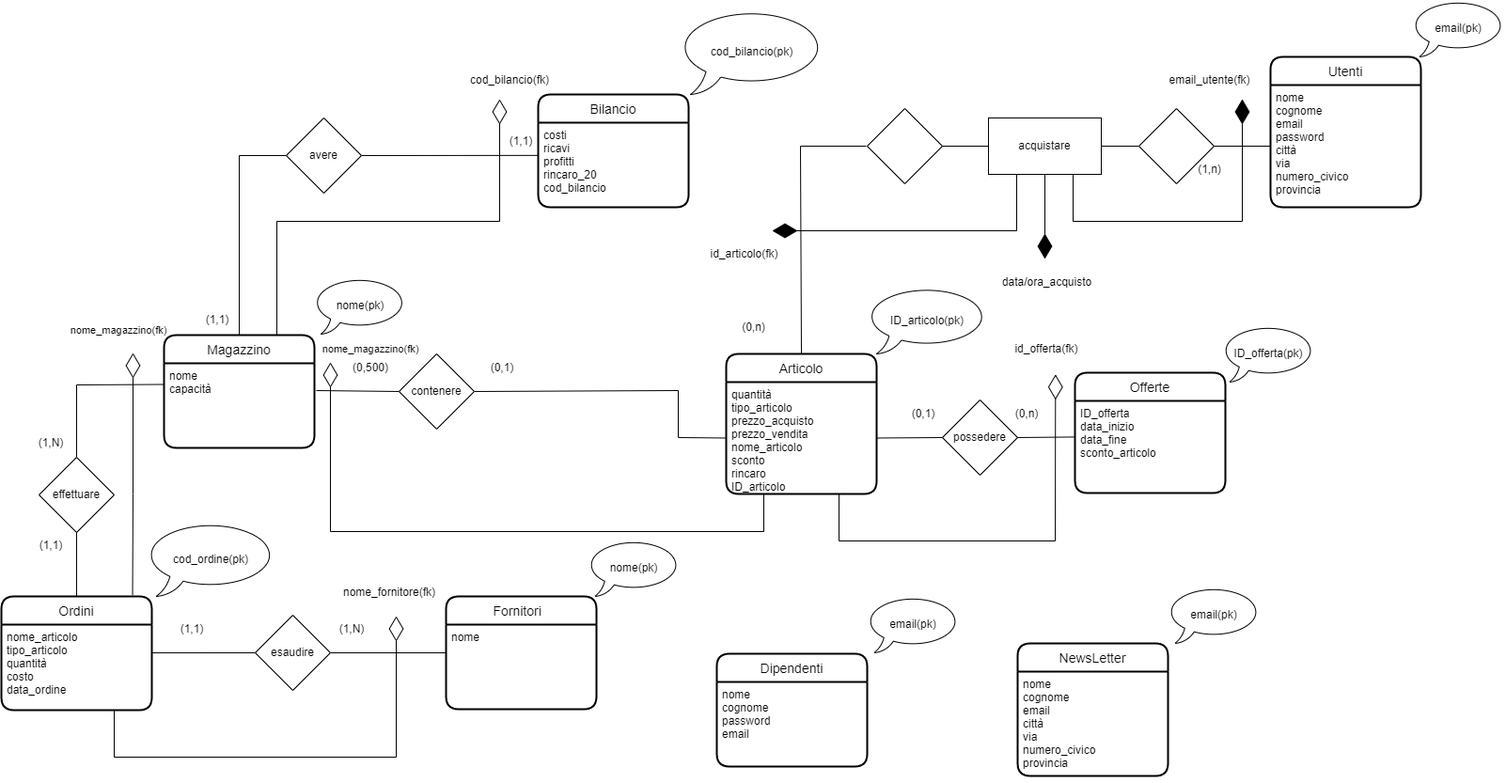
This is PL.png from Bugigio/Negozi-Sportivi, a draw.io export, as it was before one commit. Source tidied: cells renumbered, new cells last; positions are measured from the earlier drawing's top-left corner, leaving out a move shared by most shapes.
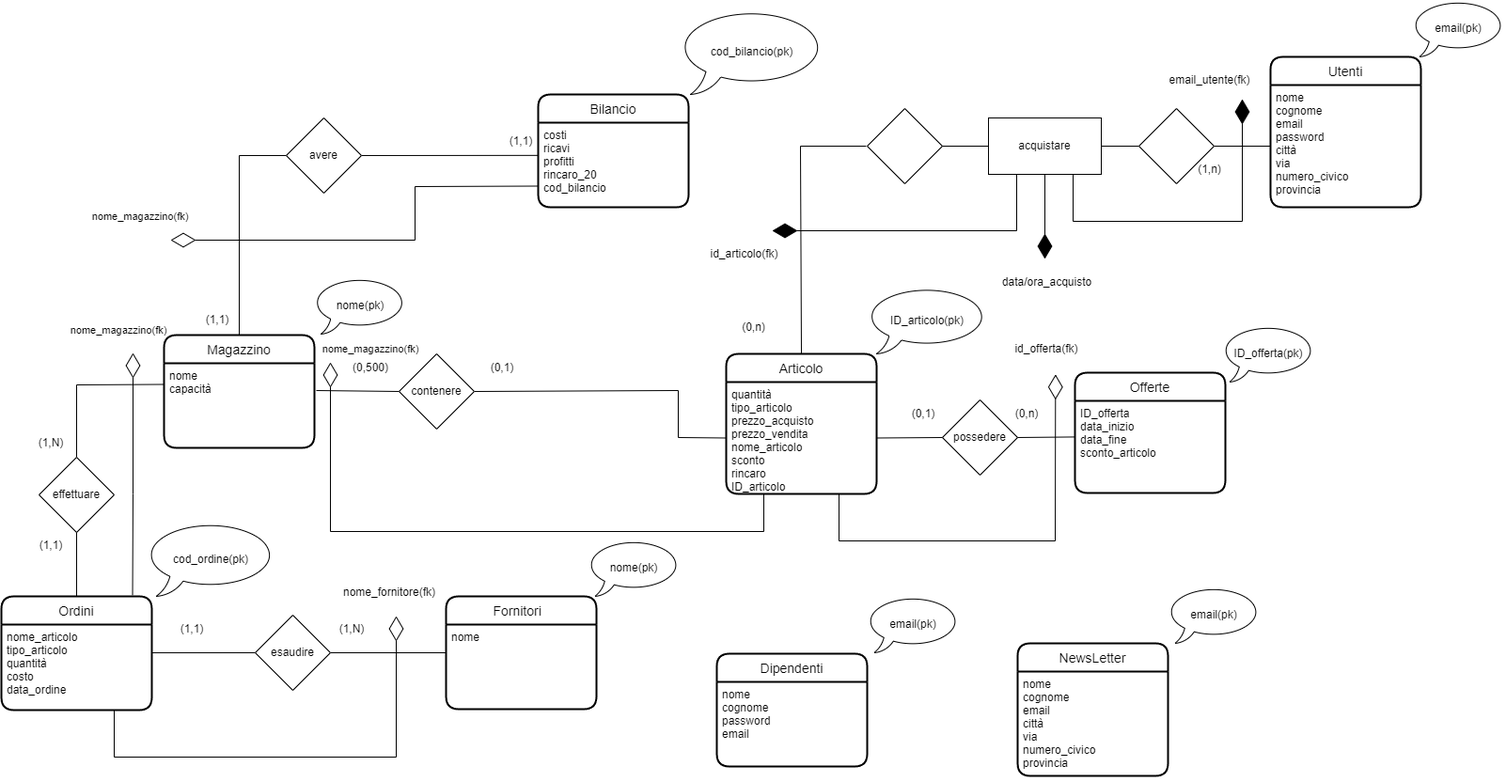
After the change.

What changed in the source:
```diff
@@ -138,18 +138,15 @@
     <mxCell id="39" value="cod_bilancio(pk)" style="whiteSpace=wrap;html=1;shape=mxgraph.basic.oval_callout;" parent="1" vertex="1">
       <mxGeometry x="720" y="10" width="157" height="90" as="geometry" />
     </mxCell>
-    <mxCell id="40" style="endArrow=diamondThin;endFill=0;endSize=24;html=1;rounded=0;exitX=0.75;exitY=0;exitDx=0;exitDy=0;" parent="1" edge="1" source="18">
+    <mxCell id="40" style="endArrow=diamondThin;endFill=0;endSize=24;html=1;rounded=0;exitX=0;exitY=0.75;exitDx=0;exitDy=0;" parent="1" edge="1" source="13">
       <mxGeometry relative="1" as="geometry">
-        <mxPoint x="530" y="105" as="targetPoint" />
+        <mxPoint x="180" y="255" as="targetPoint" />
         <Array as="points">
-          <mxPoint x="293" y="235" />
-          <mxPoint x="530" y="235" />
+          <mxPoint x="440" y="198" />
+          <mxPoint x="440" y="255" />
         </Array>
       </mxGeometry>
     </mxCell>
-    <mxCell id="41" value="cod_bilancio(fk)" style="text;html=1;strokeColor=none;fillColor=none;align=center;verticalAlign=middle;whiteSpace=wrap;rounded=0;" parent="1" vertex="1">
-      <mxGeometry x="511" y="70" width="60" height="30" as="geometry" />
-    </mxCell>
     <mxCell id="42" style="endArrow=diamondThin;endFill=0;endSize=24;html=1;rounded=0;exitX=0.75;exitY=1;exitDx=0;exitDy=0;" parent="1" edge="1" source="17">
       <mxGeometry relative="1" as="geometry">
         <mxPoint x="420" y="655" as="targetPoint" />
@@ -308,5 +305,8 @@
     <mxCell id="78" value="email(pk)" style="whiteSpace=wrap;html=1;shape=mxgraph.basic.oval_callout;" parent="1" vertex="1">
       <mxGeometry x="1240" y="624" width="100" height="60" as="geometry" />
     </mxCell>
+    <mxCell id="79" value="nome_magazzino(fk)" style="text;html=1;strokeColor=none;fillColor=none;align=center;verticalAlign=middle;whiteSpace=wrap;rounded=0;fontSize=11;" parent="1" vertex="1">
+      <mxGeometry x="123" y="215" width="50" height="30" as="geometry" />
+    </mxCell>
   </root>
 </mxGraphModel>
```
